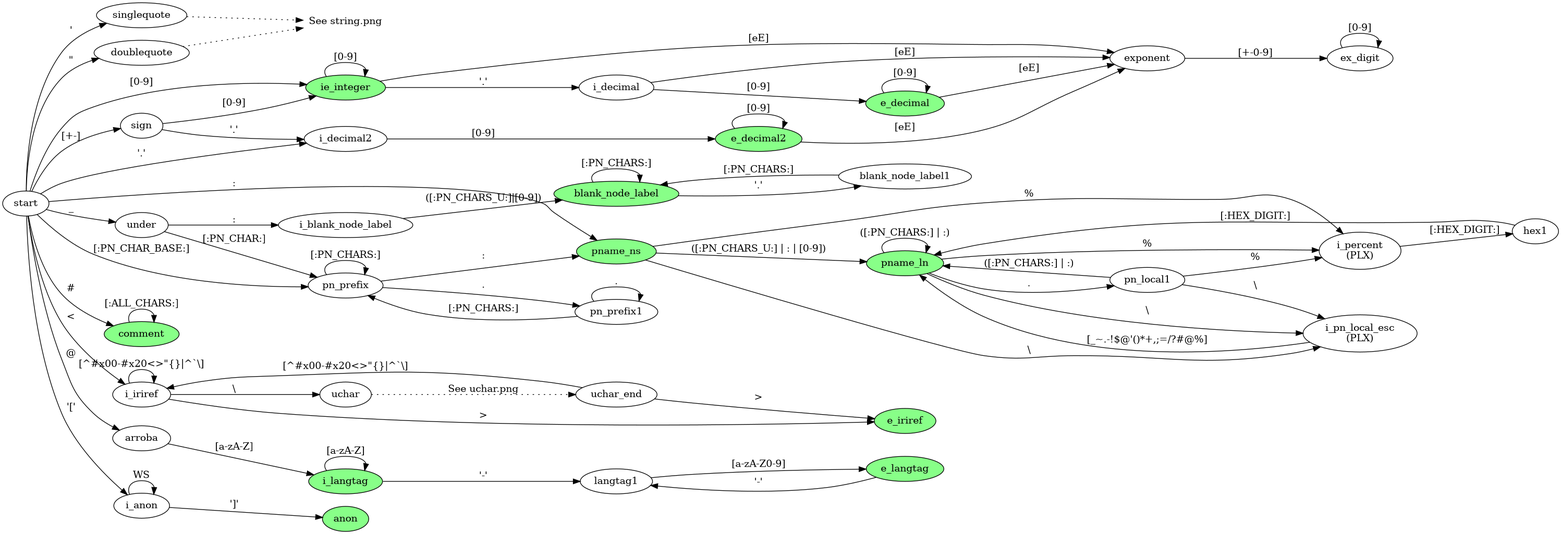
Earlier version of the Graphviz export design/automata.png (cnngimenez/SeA-turtle). Its source is kept beside it as design/automata.dot. Its diagram source:
```dot






digraph tokens {
        rankdir=LR;
        node [];

        see_string_png [shape=plaintext, label="See string.png"];
        e_iriref [style=filled, fillcolor="#88ff88"];
        i_langtag [style=filled, fillcolor="#88ff88"];
        e_langtag [style=filled, fillcolor="#88ff88"];
        ie_integer [style=filled, fillcolor="#88ff88"];
        e_decimal [style=filled, fillcolor="#88ff88"];
        e_decimal2 [style=filled, fillcolor="#88ff88"];
        pname_ns [style=filled, fillcolor="#88ff88"];
        pname_ln [style=filled, fillcolor="#88ff88"];
        anon [style=filled, fillcolor="#88ff88"];
        blank_node_label [style=filled, fillcolor="#88ff88"];
        comment [style=filled, fillcolor="#88ff88"];

        i_percent [label="i_percent\n(PLX)"];
        i_pn_local_esc [label="i_pn_local_esc\n(PLX)"];


        start -> i_iriref [label="<"];
        i_iriref -> i_iriref [label="[^#x00-#x20<>\"{}|^`\\]"];
        i_iriref -> uchar [label="\\"];
        uchar_end -> i_iriref [label="[^#x00-#x20<>\"{}|^`\\]"];
        uchar_end -> e_iriref [label=">"];
        i_iriref -> e_iriref [label=">"];


        start -> under [label="_"];
        under -> i_blank_node_label [label=":"];
        i_blank_node_label -> blank_node_label [label="([:PN_CHARS_U:]|[0-9])"];
        blank_node_label -> blank_node_label1 [label="'.'"];
        blank_node_label -> blank_node_label [label="[:PN_CHARS:]"];
        blank_node_label1 -> blank_node_label [label="[:PN_CHARS:]"];

        under -> pn_prefix [label="[:PN_CHAR:]"];


        start -> arroba [label="@"];
        arroba -> i_langtag -> i_langtag [label="[a-zA-Z]"] ;
        i_langtag -> langtag1 [label="'-'"];
        langtag1 -> e_langtag [label="[a-zA-Z0-9]"];
        e_langtag -> langtag1 [label="'-'"];


        start -> sign [label="[+-]"];
        sign -> ie_integer [label="[0-9]"];
        start -> ie_integer [label="[0-9]"];

        ie_integer -> ie_integer [label="[0-9]"];



        sign -> i_decimal2 [label="'.'"]; // [+-] '.'
        i_decimal2 -> e_decimal2 [label="[0-9]"];
        e_decimal2 -> e_decimal2 [label="[0-9]"];
        start -> i_decimal2 [label="'.'"]; // '.'

        ie_integer -> i_decimal [label="'.'"]; // [+-]? [0-9]+ '.'
        i_decimal -> e_decimal [label="[0-9]"];
        e_decimal -> e_decimal [label="[0-9]"];


        i_decimal -> exponent [label="[eE]"];

        e_decimal -> exponent [label="[eE]"];

        e_decimal2 -> exponent [label="[eE]"];

        ie_integer -> exponent [label="[eE]"];

        exponent -> ex_digit [label="[+-0-9]"];
        ex_digit -> ex_digit [label="[0-9]"];

        uchar -> uchar_end [style=dotted, label="See uchar.png"];

        start -> doublequote [label="\""];
        doublequote -> see_string_png [style=dotted];
        start -> singlequote [label="'"];
        singlequote -> see_string_png [style=dotted];

        start -> pname_ns [label=":"];
        start -> pn_prefix [label="[:PN_CHAR_BASE:]"]; // when "_" go to "under".
        pn_prefix -> pname_ns [label=":"];



        pn_prefix -> pn_prefix1 [label="."];
        pn_prefix -> pn_prefix [label="[:PN_CHARS:]"];
        pn_prefix1 -> pn_prefix [label="[:PN_CHARS:]"];
        pn_prefix1 -> pn_prefix1 [label="."];

        pname_ns -> pname_ln [label="([:PN_CHARS_U:] | : | [0-9])"];
        pname_ns -> i_percent [label="%"]; // to PLX
        pname_ns -> i_pn_local_esc [label="\\"]; // to PLX

        pname_ln -> pname_ln [label="([:PN_CHARS:] | :)"];
        pname_ln -> pn_local1 [label="."];
        pname_ln -> i_percent [label="%"]; // to PLX
        pname_ln -> i_pn_local_esc [label="\\"]; // to PLX

        pn_local1 -> pname_ln [label="([:PN_CHARS:] | :)"];
        pn_local1 -> i_percent [label="%"]; // to PLX
        pn_local1 -> i_pn_local_esc [label="\\"]; // to PLX

        start -> i_anon [label="'['"];
        i_anon -> i_anon [label="WS"];
        i_anon -> anon [label="']'"];

        i_percent -> hex1 [label="[:HEX_DIGIT:]"];
        hex1 -> pname_ln [label="[:HEX_DIGIT:]"];

        i_pn_local_esc -> pname_ln [label="[_~.-!$@'()*+,;=/?#@%]"];

        start -> comment [label="#"];
        comment -> comment [label="[:ALL_CHARS:]"];
}
```
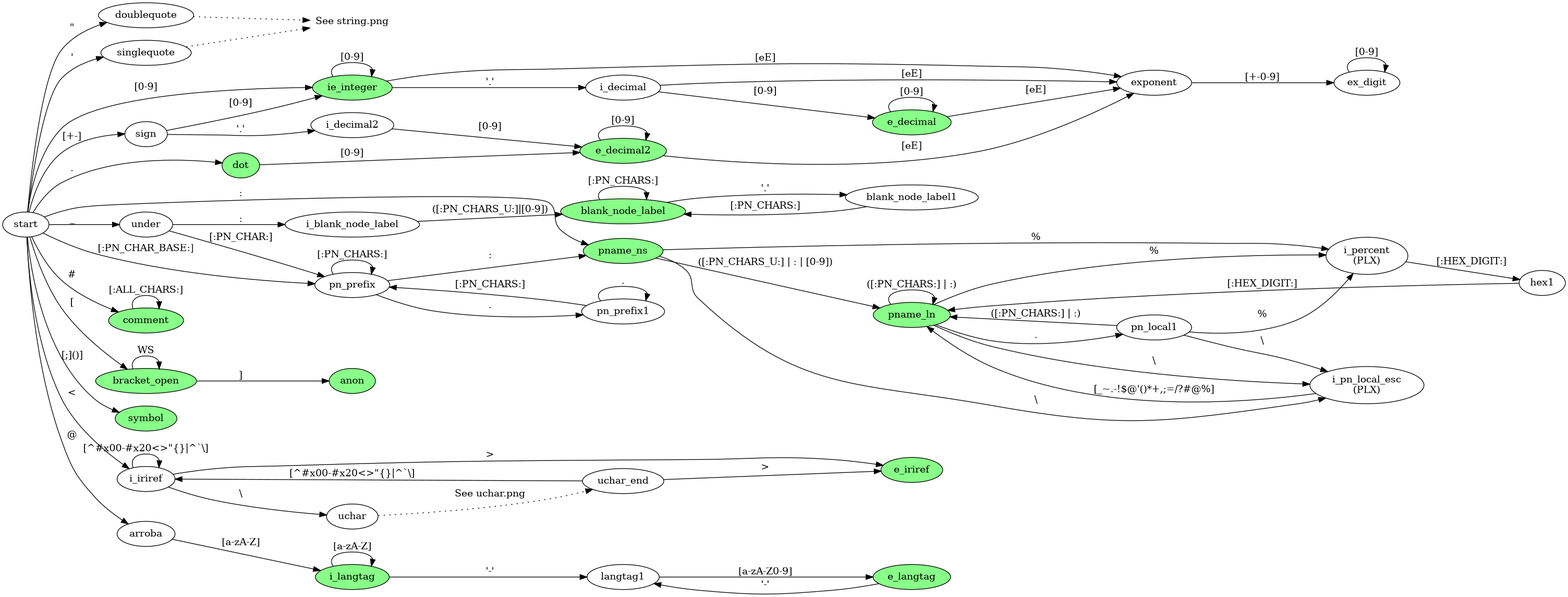
The same diagram one commit later.

Commit message:
Considering symbols.

Diff of the diagram source:
```diff
@@ -20,6 +20,9 @@
         anon [style=filled, fillcolor="#88ff88"];
         blank_node_label [style=filled, fillcolor="#88ff88"];
         comment [style=filled, fillcolor="#88ff88"];
+        dot [style=filled, fillcolor="#88ff88"];
+        bracket_open [style=filled, fillcolor="#88ff88"];
+        symbol [style=filled, fillcolor="#88ff88"];
 
         i_percent [label="i_percent\n(PLX)"];
         i_pn_local_esc [label="i_pn_local_esc\n(PLX)"];
@@ -61,7 +64,6 @@
         sign -> i_decimal2 [label="'.'"]; // [+-] '.'
         i_decimal2 -> e_decimal2 [label="[0-9]"];
         e_decimal2 -> e_decimal2 [label="[0-9]"];
-        start -> i_decimal2 [label="'.'"]; // '.'
 
         ie_integer -> i_decimal [label="'.'"]; // [+-]? [0-9]+ '.'
         i_decimal -> e_decimal [label="[0-9]"];
@@ -110,10 +112,6 @@
         pn_local1 -> i_percent [label="%"]; // to PLX
         pn_local1 -> i_pn_local_esc [label="\\"]; // to PLX
 
-        start -> i_anon [label="'['"];
-        i_anon -> i_anon [label="WS"];
-        i_anon -> anon [label="']'"];
-
         i_percent -> hex1 [label="[:HEX_DIGIT:]"];
         hex1 -> pname_ln [label="[:HEX_DIGIT:]"];
 
@@ -121,4 +119,13 @@
 
         start -> comment [label="#"];
         comment -> comment [label="[:ALL_CHARS:]"];
+
+        start -> dot [label="."];
+        dot-> e_decimal2 [label="[0-9]"];
+
+        start -> bracket_open [label="["];
+        bracket_open -> bracket_open [label="WS"];
+        bracket_open -> anon [label="]"];
+
+        start -> symbol [label="[;]()]"];
 }
```
